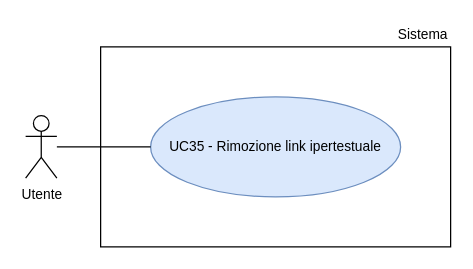
thebitless-group-swe/thebitless.github.io keeps this draw.io diagram as RTB/doc_esterna/analisi-dei-requisiti/assets/draw.io/UC35.drawio. Above is the earlier version. Source tidied: cells renumbered, new cells numbered last; positions are measured from the earlier drawing's top-left corner, leaving out a move shared by most shapes. Both pictures are drawn from the tidied source at 125%, with x=0, y=0 at pixel (25, 21).
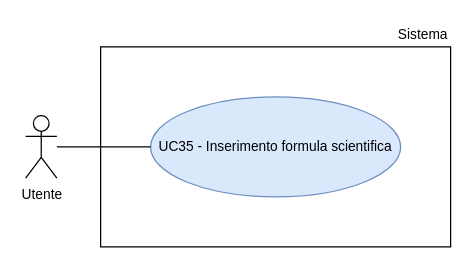
After the change.

Diff of the diagram source:
```diff
@@
 <mxGraphModel>
   <root>
     <mxCell id="0" />
     <mxCell id="1" parent="0" />
     <mxCell id="2" value="Utente" style="shape=umlActor;verticalLabelPosition=bottom;verticalAlign=top;html=1;outlineConnect=0;fontSize=11;" parent="1" vertex="1">
       <mxGeometry y="75" width="25" height="50" as="geometry" />
     </mxCell>
-    <mxCell id="3" style="rounded=0;whiteSpace=wrap;html=1;strokeWidth=1;" parent="1" vertex="1">
-      <mxGeometry x="60" y="20" width="280" height="160" as="geometry" />
-    </mxCell>
+    <mxCell id="7" style="rounded=0;whiteSpace=wrap;html=1;strokeWidth=1;" parent="1" vertex="1">
+      <mxGeometry x="60" y="20" width="280" height="160" as="geometry" />
+    </mxCell>
     <mxCell id="4" value="Sistema" style="text;html=1;whiteSpace=wrap;strokeColor=none;fillColor=none;align=right;verticalAlign=middle;fontSize=11;" parent="1" vertex="1">
       <mxGeometry x="270" width="70" height="20" as="geometry" />
     </mxCell>
-    <mxCell id="5" value="UC35 - Rimozione link ipertestuale" style="ellipse;whiteSpace=wrap;html=1;fillColor=#dae8fc;strokeColor=#6c8ebf;fontSize=11;" parent="1" vertex="1">
-      <mxGeometry x="100" y="60" width="200" height="80" as="geometry" />
-    </mxCell>
-    <mxCell id="6" style="edgeStyle=none;rounded=0;jettySize=auto;html=1;endArrow=none;endFill=0;" parent="1" edge="1" source="2" target="5">
-      <mxGeometry relative="1" as="geometry" />
-    </mxCell>
+    <mxCell id="8" value="UC35 - Inserimento formula scientifica" style="ellipse;whiteSpace=wrap;html=1;fillColor=#dae8fc;strokeColor=#6c8ebf;fontSize=11;" parent="1" vertex="1">
+      <mxGeometry x="100" y="60" width="200" height="80" as="geometry" />
+    </mxCell>
+    <mxCell id="9" style="edgeStyle=none;rounded=0;jettySize=auto;html=1;endArrow=none;endFill=0;" parent="1" edge="1" source="2" target="8">
+      <mxGeometry relative="1" as="geometry" />
+    </mxCell>
   </root>
 </mxGraphModel>
```
